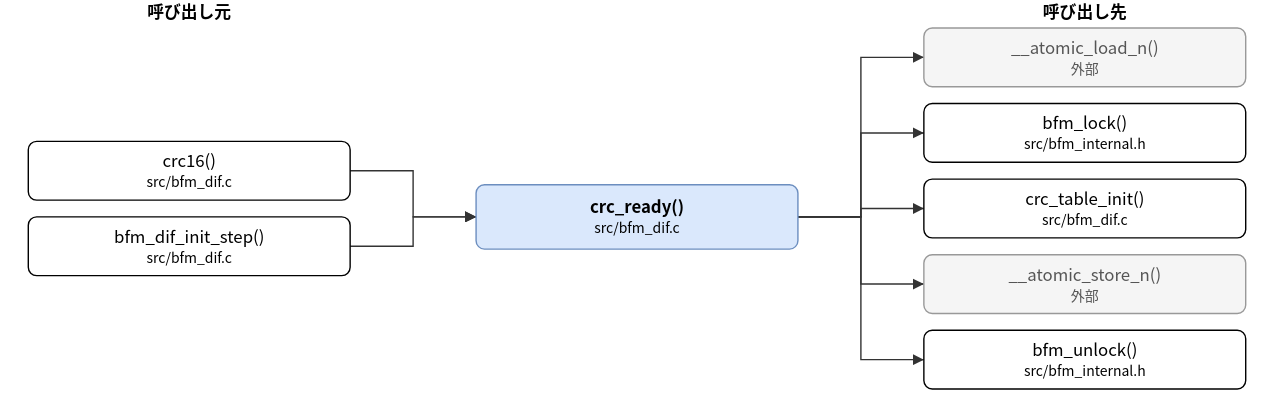
This is doc/spec/images/call_src_bfm_dif-crc_ready.drawio.svg from hf355051012-ai/bfmem, a draw.io export, as it was before one commit. Source tidied: cells renumbered, new cells last; positions are measured from the earlier drawing's top-left corner, leaving out a move shared by most shapes.
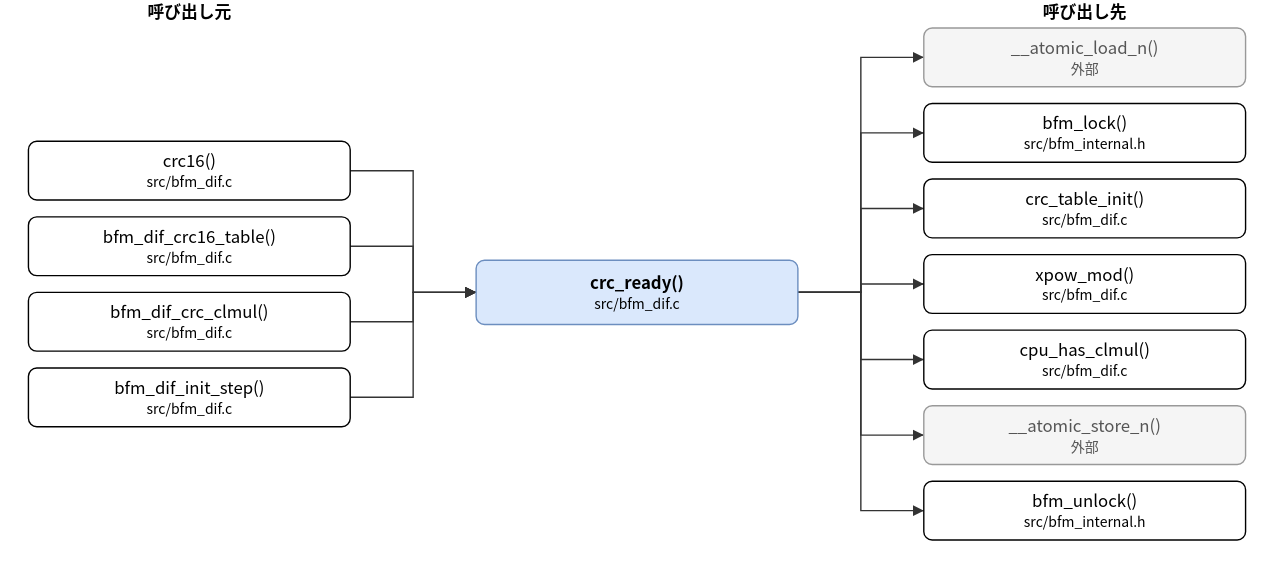
After the commit.

Change to the diagram source:
```diff
@@ -3,14 +3,20 @@
     <mxCell id="0" />
     <mxCell id="1" parent="0" />
     <mxCell id="2" value="crc_ready()&lt;br&gt;&lt;font style=&quot;font-size:10px&quot;&gt;src/bfm_dif.c&lt;/font&gt;" style="rounded=1;whiteSpace=wrap;html=1;fillColor=#dae8fc;strokeColor=#6c8ebf;fontStyle=1;" parent="1" vertex="1">
-      <mxGeometry x="320" y="132" width="230" height="46" as="geometry" />
+      <mxGeometry x="320" y="186" width="230" height="46" as="geometry" />
     </mxCell>
     <mxCell id="3" value="crc16()&lt;br&gt;&lt;font style=&quot;font-size:10px&quot;&gt;src/bfm_dif.c&lt;/font&gt;" style="rounded=1;whiteSpace=wrap;html=1;" parent="1" vertex="1">
       <mxGeometry y="101" width="230" height="42" as="geometry" />
     </mxCell>
-    <mxCell id="4" value="bfm_dif_init_step()&lt;br&gt;&lt;font style=&quot;font-size:10px&quot;&gt;src/bfm_dif.c&lt;/font&gt;" style="rounded=1;whiteSpace=wrap;html=1;" parent="1" vertex="1">
+    <mxCell id="4" value="bfm_dif_crc16_table()&lt;br&gt;&lt;font style=&quot;font-size:10px&quot;&gt;src/bfm_dif.c&lt;/font&gt;" style="rounded=1;whiteSpace=wrap;html=1;" parent="1" vertex="1">
       <mxGeometry y="155" width="230" height="42" as="geometry" />
     </mxCell>
+    <mxCell id="19" value="bfm_dif_crc_clmul()&lt;br&gt;&lt;font style=&quot;font-size:10px&quot;&gt;src/bfm_dif.c&lt;/font&gt;" style="rounded=1;whiteSpace=wrap;html=1;" parent="1" vertex="1">
+      <mxGeometry y="209" width="230" height="42" as="geometry" />
+    </mxCell>
+    <mxCell id="20" value="bfm_dif_init_step()&lt;br&gt;&lt;font style=&quot;font-size:10px&quot;&gt;src/bfm_dif.c&lt;/font&gt;" style="rounded=1;whiteSpace=wrap;html=1;" parent="1" vertex="1">
+      <mxGeometry y="263" width="230" height="42" as="geometry" />
+    </mxCell>
     <mxCell id="5" value="__atomic_load_n()&lt;br&gt;&lt;font style=&quot;font-size:10px&quot;&gt;外部&lt;/font&gt;" style="rounded=1;whiteSpace=wrap;html=1;fillColor=#f5f5f5;strokeColor=#999999;fontColor=#555555;" parent="1" vertex="1">
       <mxGeometry x="640" y="20" width="230" height="42" as="geometry" />
     </mxCell>
@@ -20,17 +26,23 @@
     <mxCell id="7" value="crc_table_init()&lt;br&gt;&lt;font style=&quot;font-size:10px&quot;&gt;src/bfm_dif.c&lt;/font&gt;" style="rounded=1;whiteSpace=wrap;html=1;" parent="1" vertex="1">
       <mxGeometry x="640" y="128" width="230" height="42" as="geometry" />
     </mxCell>
-    <mxCell id="8" value="__atomic_store_n()&lt;br&gt;&lt;font style=&quot;font-size:10px&quot;&gt;外部&lt;/font&gt;" style="rounded=1;whiteSpace=wrap;html=1;fillColor=#f5f5f5;strokeColor=#999999;fontColor=#555555;" parent="1" vertex="1">
+    <mxCell id="8" value="xpow_mod()&lt;br&gt;&lt;font style=&quot;font-size:10px&quot;&gt;src/bfm_dif.c&lt;/font&gt;" style="rounded=1;whiteSpace=wrap;html=1;" parent="1" vertex="1">
       <mxGeometry x="640" y="182" width="230" height="42" as="geometry" />
     </mxCell>
-    <mxCell id="9" value="bfm_unlock()&lt;br&gt;&lt;font style=&quot;font-size:10px&quot;&gt;src/bfm_internal.h&lt;/font&gt;" style="rounded=1;whiteSpace=wrap;html=1;" parent="1" vertex="1">
+    <mxCell id="9" value="cpu_has_clmul()&lt;br&gt;&lt;font style=&quot;font-size:10px&quot;&gt;src/bfm_dif.c&lt;/font&gt;" style="rounded=1;whiteSpace=wrap;html=1;" parent="1" vertex="1">
       <mxGeometry x="640" y="236" width="230" height="42" as="geometry" />
     </mxCell>
+    <mxCell id="21" value="__atomic_store_n()&lt;br&gt;&lt;font style=&quot;font-size:10px&quot;&gt;外部&lt;/font&gt;" style="rounded=1;whiteSpace=wrap;html=1;fillColor=#f5f5f5;strokeColor=#999999;fontColor=#555555;" parent="1" vertex="1">
+      <mxGeometry x="640" y="290" width="230" height="42" as="geometry" />
+    </mxCell>
+    <mxCell id="22" value="bfm_unlock()&lt;br&gt;&lt;font style=&quot;font-size:10px&quot;&gt;src/bfm_internal.h&lt;/font&gt;" style="rounded=1;whiteSpace=wrap;html=1;" parent="1" vertex="1">
+      <mxGeometry x="640" y="344" width="230" height="42" as="geometry" />
+    </mxCell>
     <mxCell id="10" style="edgeStyle=none;html=1;rounded=0;endArrow=block;endFill=1;exitX=1.0000;exitY=0.5000;exitDx=0;exitDy=0;exitPerimeter=0;entryX=0.0000;entryY=0.5000;entryDx=0;entryDy=0;entryPerimeter=0;" parent="1" edge="1" source="3" target="2">
       <mxGeometry relative="1" as="geometry">
         <Array as="points">
           <mxPoint x="275" y="122" />
-          <mxPoint x="275" y="155" />
+          <mxPoint x="275" y="209" />
         </Array>
       </mxGeometry>
     </mxCell>
@@ -38,50 +50,82 @@
       <mxGeometry relative="1" as="geometry">
         <Array as="points">
           <mxPoint x="275" y="176" />
-          <mxPoint x="275" y="155" />
+          <mxPoint x="275" y="209" />
         </Array>
       </mxGeometry>
     </mxCell>
-    <mxCell id="12" style="edgeStyle=none;html=1;rounded=0;endArrow=block;endFill=1;exitX=1.0000;exitY=0.5000;exitDx=0;exitDy=0;exitPerimeter=0;entryX=0.0000;entryY=0.5000;entryDx=0;entryDy=0;entryPerimeter=0;" parent="1" edge="1" source="2" target="5">
+    <mxCell id="12" style="edgeStyle=none;html=1;rounded=0;endArrow=block;endFill=1;exitX=1.0000;exitY=0.5000;exitDx=0;exitDy=0;exitPerimeter=0;entryX=0.0000;entryY=0.5000;entryDx=0;entryDy=0;entryPerimeter=0;" parent="1" edge="1" source="19" target="2">
       <mxGeometry relative="1" as="geometry">
         <Array as="points">
-          <mxPoint x="595" y="155" />
-          <mxPoint x="595" y="41" />
+          <mxPoint x="275" y="230" />
+          <mxPoint x="275" y="209" />
         </Array>
       </mxGeometry>
     </mxCell>
-    <mxCell id="13" style="edgeStyle=none;html=1;rounded=0;endArrow=block;endFill=1;exitX=1.0000;exitY=0.5000;exitDx=0;exitDy=0;exitPerimeter=0;entryX=0.0000;entryY=0.5000;entryDx=0;entryDy=0;entryPerimeter=0;" parent="1" edge="1" source="2" target="6">
+    <mxCell id="13" style="edgeStyle=none;html=1;rounded=0;endArrow=block;endFill=1;exitX=1.0000;exitY=0.5000;exitDx=0;exitDy=0;exitPerimeter=0;entryX=0.0000;entryY=0.5000;entryDx=0;entryDy=0;entryPerimeter=0;" parent="1" edge="1" source="20" target="2">
       <mxGeometry relative="1" as="geometry">
         <Array as="points">
-          <mxPoint x="595" y="155" />
-          <mxPoint x="595" y="95" />
+          <mxPoint x="275" y="284" />
+          <mxPoint x="275" y="209" />
         </Array>
       </mxGeometry>
     </mxCell>
-    <mxCell id="14" style="edgeStyle=none;html=1;rounded=0;endArrow=block;endFill=1;exitX=1.0000;exitY=0.5000;exitDx=0;exitDy=0;exitPerimeter=0;entryX=0.0000;entryY=0.5000;entryDx=0;entryDy=0;entryPerimeter=0;" parent="1" edge="1" source="2" target="7">
+    <mxCell id="14" style="edgeStyle=none;html=1;rounded=0;endArrow=block;endFill=1;exitX=1.0000;exitY=0.5000;exitDx=0;exitDy=0;exitPerimeter=0;entryX=0.0000;entryY=0.5000;entryDx=0;entryDy=0;entryPerimeter=0;" parent="1" edge="1" source="2" target="5">
       <mxGeometry relative="1" as="geometry">
         <Array as="points">
-          <mxPoint x="595" y="155" />
-          <mxPoint x="595" y="149" />
+          <mxPoint x="595" y="209" />
+          <mxPoint x="595" y="41" />
         </Array>
       </mxGeometry>
     </mxCell>
-    <mxCell id="15" style="edgeStyle=none;html=1;rounded=0;endArrow=block;endFill=1;exitX=1.0000;exitY=0.5000;exitDx=0;exitDy=0;exitPerimeter=0;entryX=0.0000;entryY=0.5000;entryDx=0;entryDy=0;entryPerimeter=0;" parent="1" edge="1" source="2" target="8">
+    <mxCell id="15" style="edgeStyle=none;html=1;rounded=0;endArrow=block;endFill=1;exitX=1.0000;exitY=0.5000;exitDx=0;exitDy=0;exitPerimeter=0;entryX=0.0000;entryY=0.5000;entryDx=0;entryDy=0;entryPerimeter=0;" parent="1" edge="1" source="2" target="6">
       <mxGeometry relative="1" as="geometry">
         <Array as="points">
-          <mxPoint x="595" y="155" />
-          <mxPoint x="595" y="203" />
+          <mxPoint x="595" y="209" />
+          <mxPoint x="595" y="95" />
         </Array>
       </mxGeometry>
     </mxCell>
-    <mxCell id="16" style="edgeStyle=none;html=1;rounded=0;endArrow=block;endFill=1;exitX=1.0000;exitY=0.5000;exitDx=0;exitDy=0;exitPerimeter=0;entryX=0.0000;entryY=0.5000;entryDx=0;entryDy=0;entryPerimeter=0;" parent="1" edge="1" source="2" target="9">
+    <mxCell id="16" style="edgeStyle=none;html=1;rounded=0;endArrow=block;endFill=1;exitX=1.0000;exitY=0.5000;exitDx=0;exitDy=0;exitPerimeter=0;entryX=0.0000;entryY=0.5000;entryDx=0;entryDy=0;entryPerimeter=0;" parent="1" edge="1" source="2" target="7">
       <mxGeometry relative="1" as="geometry">
         <Array as="points">
-          <mxPoint x="595" y="155" />
-          <mxPoint x="595" y="257" />
+          <mxPoint x="595" y="209" />
+          <mxPoint x="595" y="149" />
         </Array>
       </mxGeometry>
     </mxCell>
+    <mxCell id="23" style="edgeStyle=none;html=1;rounded=0;endArrow=block;endFill=1;exitX=1.0000;exitY=0.5000;exitDx=0;exitDy=0;exitPerimeter=0;entryX=0.0000;entryY=0.5000;entryDx=0;entryDy=0;entryPerimeter=0;" parent="1" edge="1" source="2" target="8">
+      <mxGeometry relative="1" as="geometry">
+        <Array as="points">
+          <mxPoint x="595" y="209" />
+          <mxPoint x="595" y="203" />
+        </Array>
+      </mxGeometry>
+    </mxCell>
+    <mxCell id="24" style="edgeStyle=none;html=1;rounded=0;endArrow=block;endFill=1;exitX=1.0000;exitY=0.5000;exitDx=0;exitDy=0;exitPerimeter=0;entryX=0.0000;entryY=0.5000;entryDx=0;entryDy=0;entryPerimeter=0;" parent="1" edge="1" source="2" target="9">
+      <mxGeometry relative="1" as="geometry">
+        <Array as="points">
+          <mxPoint x="595" y="209" />
+          <mxPoint x="595" y="257" />
+        </Array>
+      </mxGeometry>
+    </mxCell>
+    <mxCell id="25" style="edgeStyle=none;html=1;rounded=0;endArrow=block;endFill=1;exitX=1.0000;exitY=0.5000;exitDx=0;exitDy=0;exitPerimeter=0;entryX=0.0000;entryY=0.5000;entryDx=0;entryDy=0;entryPerimeter=0;" parent="1" edge="1" source="2" target="21">
+      <mxGeometry relative="1" as="geometry">
+        <Array as="points">
+          <mxPoint x="595" y="209" />
+          <mxPoint x="595" y="311" />
+        </Array>
+      </mxGeometry>
+    </mxCell>
+    <mxCell id="26" style="edgeStyle=none;html=1;rounded=0;endArrow=block;endFill=1;exitX=1.0000;exitY=0.5000;exitDx=0;exitDy=0;exitPerimeter=0;entryX=0.0000;entryY=0.5000;entryDx=0;entryDy=0;entryPerimeter=0;" parent="1" edge="1" source="2" target="22">
+      <mxGeometry relative="1" as="geometry">
+        <Array as="points">
+          <mxPoint x="595" y="209" />
+          <mxPoint x="595" y="365" />
+        </Array>
+      </mxGeometry>
+    </mxCell>
     <mxCell id="17" value="呼び出し元" style="text;html=1;align=center;fontStyle=1;" parent="1" vertex="1">
       <mxGeometry x="35" width="160" height="18" as="geometry" />
     </mxCell>
```
